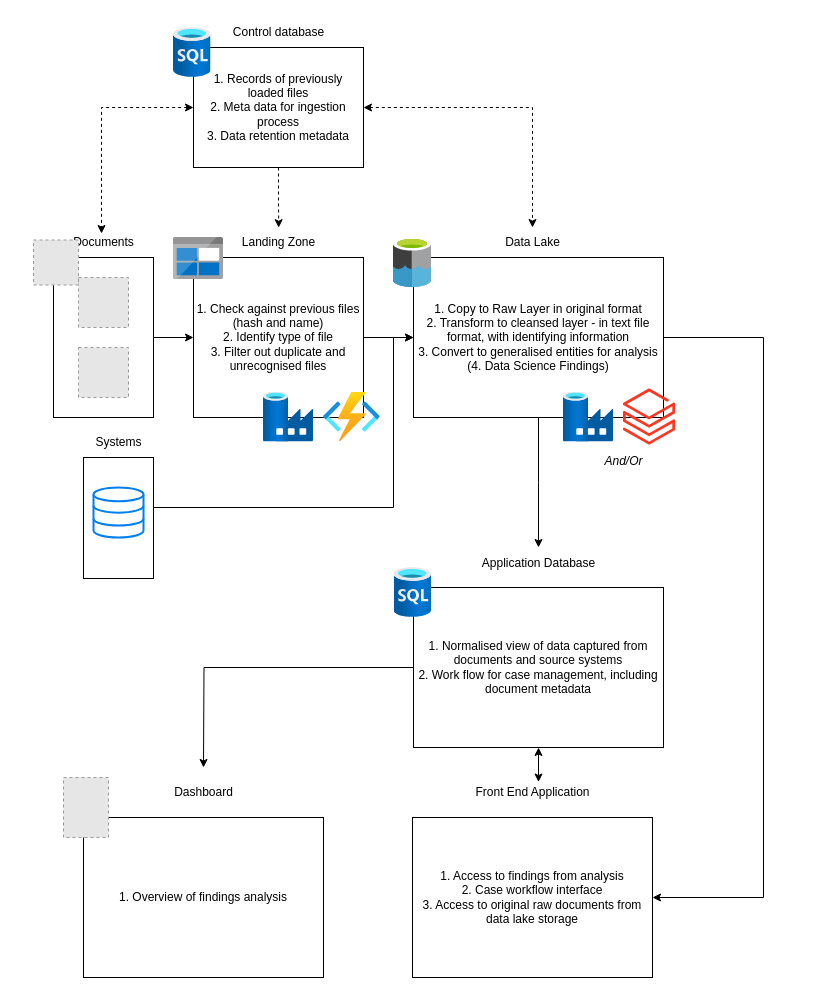
The draw.io diagram page "Proposed" (2 of 3) of Untitled Diagram.drawio in oliver-wolffe/diagrams, before the edit. Source tidied: cells renumbered, new cells numbered last; positions are measured from the earlier drawing's top-left corner, leaving out a move shared by most shapes. Both pictures are drawn from the tidied source at 100%, with x=0, y=0 at pixel (33, 17). Pictures stored in the file or linked from it are replaced by grey dashed boxes.
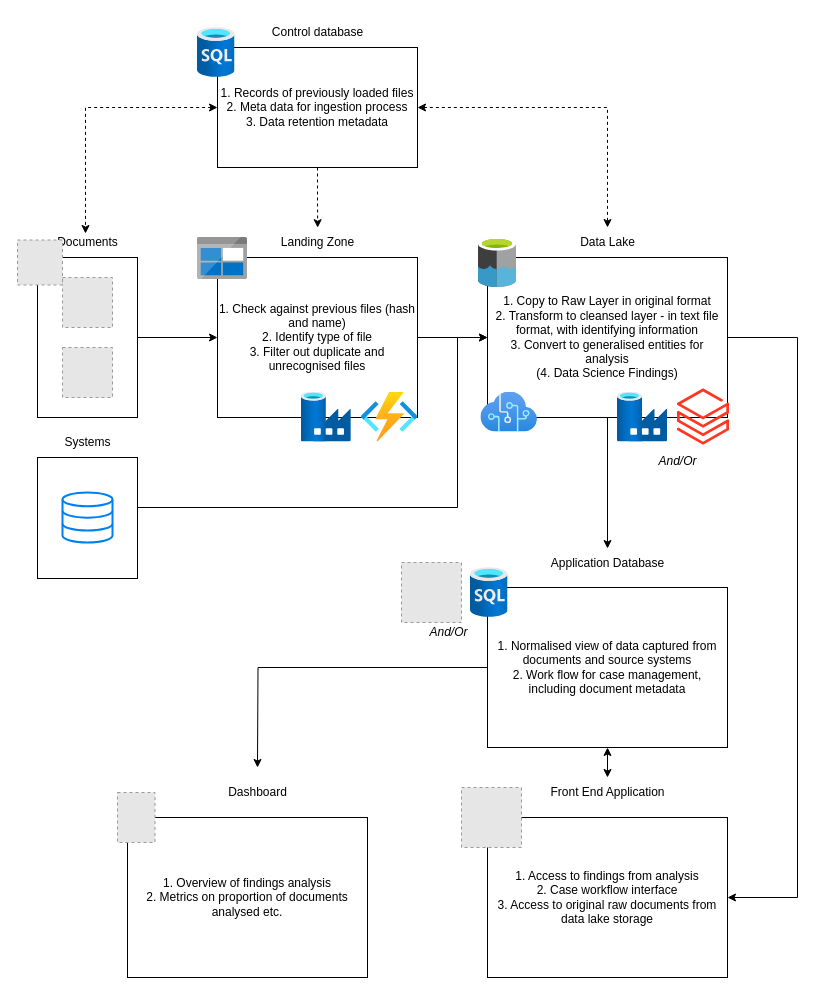
The same diagram, later.

Change to the diagram source:
```diff
@@
     <mxCell id="5" value="1. Records of previously loaded files&lt;br&gt;2. Meta data for ingestion process&lt;br&gt;3. Data retention metadata" style="rounded=0;whiteSpace=wrap;html=1;" parent="1" vertex="1">
-      <mxGeometry x="160" y="30" width="170" height="120" as="geometry" />
+      <mxGeometry x="184" y="30" width="200" height="120" as="geometry" />
     </mxCell>
     <mxCell id="6" style="edgeStyle=orthogonalEdgeStyle;rounded=0;jettySize=auto;html=1;" parent="1" edge="1" source="7" target="21">
       <mxGeometry relative="1" as="geometry">
         <Array as="points">
-          <mxPoint x="360" y="490" />
-          <mxPoint x="360" y="320" />
+          <mxPoint x="424" y="490" />
+          <mxPoint x="424" y="320" />
         </Array>
       </mxGeometry>
     </mxCell>
     <mxCell id="7" style="rounded=0;whiteSpace=wrap;html=1;" parent="1" vertex="1">
-      <mxGeometry x="50" y="440" width="70" height="121" as="geometry" />
+      <mxGeometry x="4" y="440" width="100" height="121" as="geometry" />
     </mxCell>
@@
     <mxCell id="9" style="rounded=0;whiteSpace=wrap;html=1;" parent="1" vertex="1">
-      <mxGeometry x="20" y="240" width="100" height="160" as="geometry" />
+      <mxGeometry x="4" y="240" width="100" height="160" as="geometry" />
     </mxCell>
     <mxCell id="10" value="Documents" style="text;html=1;align=center;verticalAlign=middle;points=[];strokeColor=none;fillColor=none;" parent="1" vertex="1">
-      <mxGeometry x="30" y="210" width="80" height="30" as="geometry" />
+      <mxGeometry x="14" y="210" width="80" height="30" as="geometry" />
     </mxCell>
     <mxCell id="11" style="fillColor=#E6E6E6;strokeColor=#999999;dashed=1;html=1;verticalAlign=top;verticalLabelPosition=bottom;labelBackgroundColor=#ffffff;" parent="1" vertex="1">
-      <mxGeometry x="45" y="260" width="50" height="50" as="geometry" />
+      <mxGeometry x="29" y="260" width="50" height="50" as="geometry" />
     </mxCell>
     <mxCell id="12" style="fillColor=#E6E6E6;strokeColor=#999999;dashed=1;html=1;verticalAlign=top;verticalLabelPosition=bottom;labelBackgroundColor=#ffffff;" parent="1" vertex="1">
-      <mxGeometry x="45" y="330" width="50" height="50" as="geometry" />
+      <mxGeometry x="29" y="330" width="50" height="50" as="geometry" />
     </mxCell>
     <mxCell id="13" style="html=1;verticalLabelPosition=bottom;align=center;labelBackgroundColor=#ffffff;verticalAlign=top;strokeWidth=2;strokeColor=#0080F0;shadow=0;dashed=0;shape=mxgraph.ios7.icons.data;" parent="1" vertex="1">
-      <mxGeometry x="60" y="470" width="50" height="50" as="geometry" />
+      <mxGeometry x="29" y="475" width="50" height="50" as="geometry" />
     </mxCell>
@@
     <mxCell id="15" value="1. Check against previous files (hash and name)&lt;br&gt;2. Identify type of file&lt;br&gt;3. Filter out duplicate and unrecognised files" style="rounded=0;whiteSpace=wrap;html=1;" parent="1" vertex="1">
-      <mxGeometry x="160" y="240" width="170" height="160" as="geometry" />
+      <mxGeometry x="184" y="240" width="200" height="160" as="geometry" />
     </mxCell>
     <mxCell id="16" style="fillColor=#E6E6E6;strokeColor=#999999;dashed=1;html=1;verticalAlign=top;verticalLabelPosition=bottom;labelBackgroundColor=#ffffff;" parent="1" vertex="1">
-      <mxGeometry y="222.5" width="45" height="45" as="geometry" />
+      <mxGeometry x="-16" y="222.5" width="45" height="45" as="geometry" />
     </mxCell>
     <mxCell id="17" value="Landing Zone" style="text;html=1;align=center;verticalAlign=middle;points=[];strokeColor=none;fillColor=none;" parent="1" vertex="1">
-      <mxGeometry x="195" y="210" width="100" height="30" as="geometry" />
+      <mxGeometry x="234" y="210" width="100" height="30" as="geometry" />
     </mxCell>
     <mxCell id="18" value="Systems" style="text;html=1;align=center;verticalAlign=middle;strokeColor=none;fillColor=none;" parent="1" vertex="1">
-      <mxGeometry x="50" y="410" width="70" height="30" as="geometry" />
+      <mxGeometry x="19" y="410" width="70" height="30" as="geometry" />
     </mxCell>
-    <mxCell id="19" style="edgeStyle=orthogonalEdgeStyle;rounded=0;jettySize=auto;html=1;" parent="1" edge="1" source="21">
-      <mxGeometry relative="1" as="geometry">
-        <mxPoint x="505" y="530" as="targetPoint" />
-      </mxGeometry>
-    </mxCell>
     <mxCell id="20" style="edgeStyle=orthogonalEdgeStyle;rounded=0;jettySize=auto;html=1;startArrow=none;startFill=0;entryX=1;entryY=0.5;entryDx=0;entryDy=0;" parent="1" edge="1" source="21" target="39">
       <mxGeometry relative="1" as="geometry">
         <Array as="points">
-          <mxPoint x="730" y="320" />
-          <mxPoint x="730" y="880" />
+          <mxPoint x="764" y="320" />
+          <mxPoint x="764" y="880" />
         </Array>
       </mxGeometry>
     </mxCell>
+    <mxCell id="42" style="edgeStyle=orthogonalEdgeStyle;rounded=0;jettySize=auto;html=1;startArrow=none;startFill=0;" parent="1" edge="1" source="21" target="35">
+      <mxGeometry relative="1" as="geometry" />
+    </mxCell>
     <mxCell id="21" value="1. Copy to Raw Layer in original format&lt;br&gt;2. Transform to cleansed layer - in text file format, with identifying information&lt;br&gt;3. Convert to generalised entities for analysis&lt;br&gt;(4. Data Science Findings)" style="rounded=0;whiteSpace=wrap;html=1;" parent="1" vertex="1">
-      <mxGeometry x="380" y="240" width="250" height="160" as="geometry" />
+      <mxGeometry x="454" y="240" width="240" height="160" as="geometry" />
     </mxCell>
     <mxCell id="22" style="html=1;align=center;image;fontSize=12;image=img/lib/azure2/databases/Data_Factory.svg;dashed=1;strokeColor=#7EB9B9;fillColor=none;" parent="1" vertex="1">
-      <mxGeometry x="230" y="374.5" width="50" height="50" as="geometry" />
+      <mxGeometry x="267.8" y="374.5" width="50" height="50" as="geometry" />
     </mxCell>
     <mxCell id="23" style="sketch=0;html=1;align=center;image;fontSize=12;image=img/lib/mscae/BlobBlock.svg;dashed=1;strokeColor=#7EB9B9;fillColor=none;" parent="1" vertex="1">
-      <mxGeometry x="140" y="220" width="50" height="42" as="geometry" />
+      <mxGeometry x="164" y="220" width="50" height="42" as="geometry" />
     </mxCell>
     <mxCell id="24" style="sketch=0;html=1;align=center;image;fontSize=12;image=img/lib/mscae/Data_Lake.svg;dashed=1;strokeColor=#7EB9B9;fillColor=none;" parent="1" vertex="1">
-      <mxGeometry x="360" y="220" width="38" height="50" as="geometry" />
+      <mxGeometry x="445" y="220" width="38" height="50" as="geometry" />
     </mxCell>
     <mxCell id="25" style="html=1;align=center;image;fontSize=12;image=img/lib/azure2/databases/SQL_Database.svg;strokeColor=default;fillColor=none;" parent="1" vertex="1">
-      <mxGeometry x="140" y="10" width="37.5" height="50" as="geometry" />
+      <mxGeometry x="164" y="10" width="37.5" height="50" as="geometry" />
     </mxCell>
     <mxCell id="26" value="Data Lake" style="text;html=1;align=center;verticalAlign=middle;points=[];strokeColor=none;fillColor=none;" parent="1" vertex="1">
-      <mxGeometry x="459" y="210" width="80" height="30" as="geometry" />
+      <mxGeometry x="534" y="210" width="80" height="30" as="geometry" />
     </mxCell>
     <mxCell id="27" value="Control database" style="text;html=1;align=center;verticalAlign=middle;strokeColor=none;fillColor=none;" parent="1" vertex="1">
-      <mxGeometry x="190" width="110" height="30" as="geometry" />
+      <mxGeometry x="229" width="110" height="30" as="geometry" />
     </mxCell>
     <mxCell id="28" style="html=1;align=center;image;fontSize=12;image=img/lib/azure2/analytics/Azure_Databricks.svg;strokeColor=default;fillColor=none;" parent="1" vertex="1">
-      <mxGeometry x="590" y="370" width="52.1" height="59" as="geometry" />
+      <mxGeometry x="644" y="370" width="52.1" height="59" as="geometry" />
     </mxCell>
     <mxCell id="29" style="html=1;align=center;image;fontSize=12;image=img/lib/azure2/databases/Data_Factory.svg;dashed=1;strokeColor=#7EB9B9;fillColor=none;" parent="1" vertex="1">
-      <mxGeometry x="530" y="374.5" width="50" height="50" as="geometry" />
+      <mxGeometry x="584" y="374.5" width="50" height="50" as="geometry" />
     </mxCell>
     <mxCell id="30" value="And/Or" style="text;html=1;align=center;verticalAlign=middle;strokeColor=none;fillColor=none;fontStyle=2;" parent="1" vertex="1">
-      <mxGeometry x="560" y="429" width="60" height="30" as="geometry" />
+      <mxGeometry x="614" y="429" width="60" height="30" as="geometry" />
     </mxCell>
     <mxCell id="31" style="edgeStyle=orthogonalEdgeStyle;rounded=0;jettySize=auto;html=1;startArrow=none;startFill=0;" parent="1" edge="1" source="33">
       <mxGeometry relative="1" as="geometry">
-        <mxPoint x="170" y="750" as="targetPoint" />
+        <mxPoint x="224" y="750" as="targetPoint" />
       </mxGeometry>
     </mxCell>
-    <mxCell id="32" style="edgeStyle=orthogonalEdgeStyle;rounded=0;jettySize=auto;html=1;entryX=0.543;entryY=0.15;entryDx=0;entryDy=0;entryPerimeter=0;startArrow=classic;startFill=1;" parent="1" edge="1" source="33" target="40">
+    <mxCell id="32" style="edgeStyle=orthogonalEdgeStyle;rounded=0;jettySize=auto;html=1;startArrow=classic;startFill=1;" parent="1" edge="1" source="33" target="40">
       <mxGeometry relative="1" as="geometry" />
     </mxCell>
     <mxCell id="33" value="1. Normalised view of data captured from documents and source systems&lt;br&gt;2. Work flow for case management, including document metadata" style="rounded=0;whiteSpace=wrap;html=1;strokeColor=default;fillColor=none;" parent="1" vertex="1">
-      <mxGeometry x="380" y="570" width="250" height="160" as="geometry" />
+      <mxGeometry x="454" y="570" width="240" height="160" as="geometry" />
     </mxCell>
     <mxCell id="34" style="html=1;align=center;image;fontSize=12;image=img/lib/azure2/databases/SQL_Database.svg;strokeColor=default;fillColor=none;" parent="1" vertex="1">
-      <mxGeometry x="360.5" y="550" width="37.5" height="50" as="geometry" />
+      <mxGeometry x="437" y="550" width="37.5" height="50" as="geometry" />
     </mxCell>
     <mxCell id="35" value="Application Database" style="text;html=1;align=center;verticalAlign=middle;points=[];strokeColor=none;fillColor=none;" parent="1" vertex="1">
-      <mxGeometry x="435" y="531" width="140" height="30" as="geometry" />
+      <mxGeometry x="504" y="531" width="140" height="30" as="geometry" />
     </mxCell>
     <mxCell id="36" style="html=1;align=center;image;fontSize=12;image=img/lib/azure2/compute/Function_Apps.svg;strokeColor=default;fillColor=none;" parent="1" vertex="1">
-      <mxGeometry x="290" y="374.5" width="56.7" height="50" as="geometry" />
+      <mxGeometry x="327.8" y="374.5" width="56.7" height="50" as="geometry" />
     </mxCell>
-    <mxCell id="37" value="1. Overview of findings analysis&lt;br&gt;" style="rounded=0;whiteSpace=wrap;html=1;strokeColor=default;fillColor=none;" parent="1" vertex="1">
-      <mxGeometry x="50" y="800" width="240" height="160" as="geometry" />
+    <mxCell id="37" value="1. Overview of findings analysis&lt;br&gt;2. Metrics on proportion of documents analysed etc." style="rounded=0;whiteSpace=wrap;html=1;strokeColor=default;fillColor=none;" parent="1" vertex="1">
+      <mxGeometry x="94" y="800" width="240" height="160" as="geometry" />
     </mxCell>
     <mxCell id="38" value="Dashboard" style="text;html=1;align=center;verticalAlign=middle;strokeColor=none;fillColor=none;" parent="1" vertex="1">
-      <mxGeometry x="130" y="760" width="80" height="30" as="geometry" />
+      <mxGeometry x="184" y="760" width="80" height="30" as="geometry" />
     </mxCell>
     <mxCell id="39" value="1. Access to findings from analysis&lt;br&gt;2. Case workflow interface&lt;br&gt;3. Access to original raw documents from data lake storage" style="rounded=0;whiteSpace=wrap;html=1;strokeColor=default;fillColor=none;" parent="1" vertex="1">
-      <mxGeometry x="379" y="800" width="240" height="160" as="geometry" />
+      <mxGeometry x="454" y="800" width="240" height="160" as="geometry" />
     </mxCell>
     <mxCell id="40" value="Front End Application" style="text;html=1;align=center;verticalAlign=middle;points=[];strokeColor=none;fillColor=none;" parent="1" vertex="1">
-      <mxGeometry x="429" y="760" width="140" height="30" as="geometry" />
+      <mxGeometry x="504" y="760" width="140" height="30" as="geometry" />
     </mxCell>
     <mxCell id="41" style="fillColor=#E6E6E6;strokeColor=#999999;dashed=1;verticalLabelPosition=bottom;verticalAlign=top;" parent="1" vertex="1">
-      <mxGeometry x="30" y="760" width="45" height="60" as="geometry" />
+      <mxGeometry x="84" y="775" width="37.5" height="50" as="geometry" />
     </mxCell>
+    <mxCell id="43" style="fillColor=#E6E6E6;strokeColor=#999999;dashed=1;verticalLabelPosition=bottom;labelBackgroundColor=default;verticalAlign=top;" parent="1" vertex="1">
+      <mxGeometry x="428" y="770" width="60" height="60" as="geometry" />
+    </mxCell>
+    <mxCell id="44" style="fillColor=#E6E6E6;strokeColor=#999999;dashed=1;verticalLabelPosition=bottom;labelBackgroundColor=default;verticalAlign=top;" parent="1" vertex="1">
+      <mxGeometry x="368" y="545" width="60" height="60" as="geometry" />
+    </mxCell>
+    <mxCell id="45" value="And/Or" style="text;html=1;align=center;verticalAlign=middle;strokeColor=none;fillColor=none;fontStyle=2;" parent="1" vertex="1">
+      <mxGeometry x="385" y="600" width="60" height="30" as="geometry" />
+    </mxCell>
+    <mxCell id="46" style="html=1;align=center;image;fontSize=12;image=img/lib/azure2/ai_machine_learning/Cognitive_Services.svg;strokeColor=default;fillColor=none;" parent="1" vertex="1">
+      <mxGeometry x="447.3" y="374.5" width="56.7" height="40" as="geometry" />
+    </mxCell>
```
